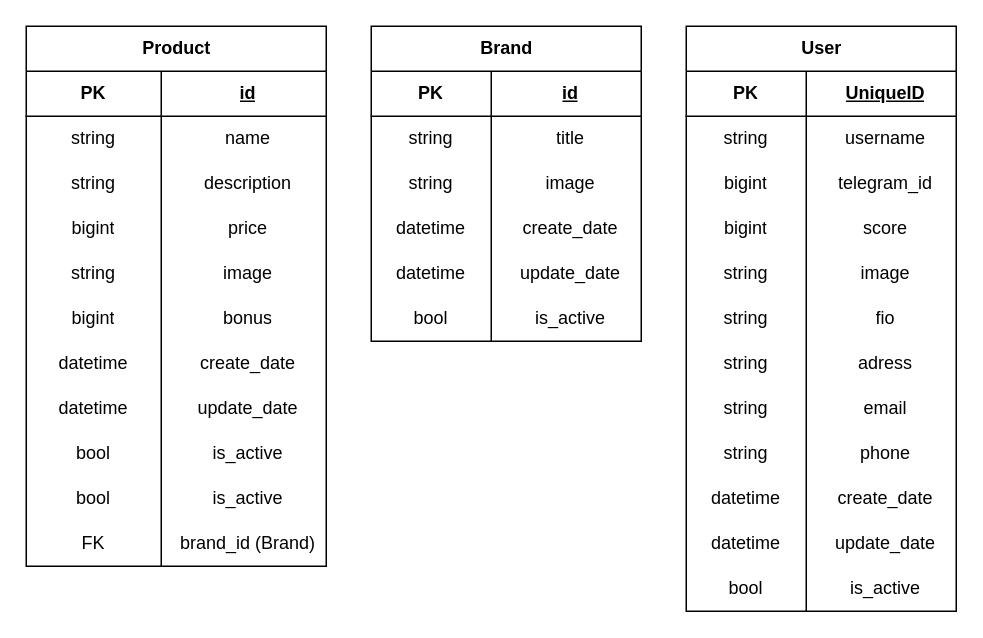
Monksed/React_Shop keeps this draw.io diagram as entity.drawio. Above is the earlier version. Source tidied: cells renumbered, new cells numbered last; positions are measured from the earlier drawing's top-left corner, leaving out a move shared by most shapes. Both pictures are drawn from the tidied source at 150%, with x=0, y=0 at pixel (26, 26).
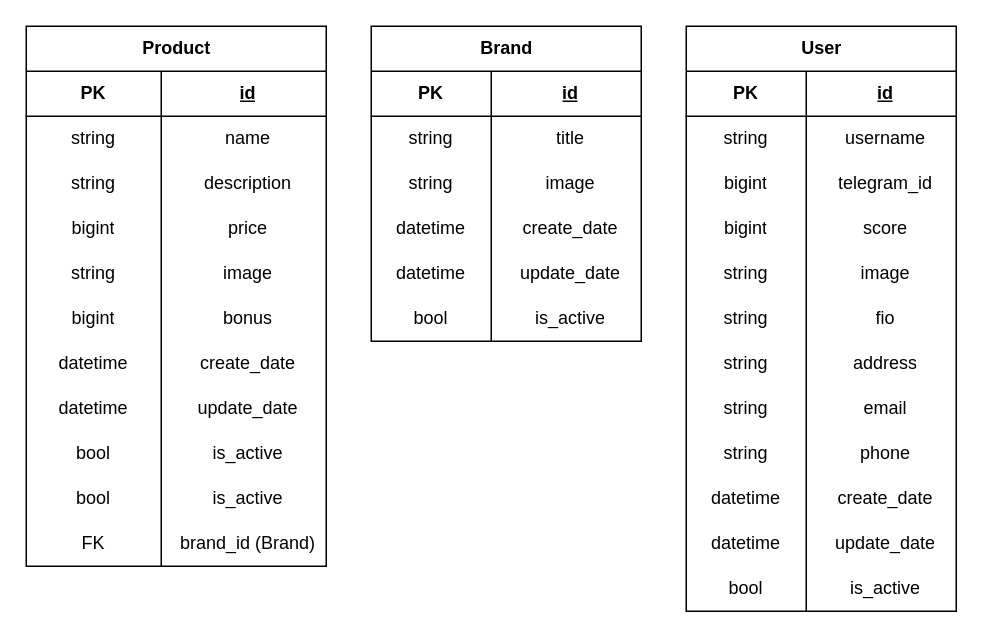
The same page after the edit.

Unchanged cells that the change refers to:
```xml
<mxCell id="56" style="shape=tableRow;horizontal=0;startSize=0;swimlaneHead=0;swimlaneBody=0;fillColor=none;top=0;left=0;right=0;bottom=1;align=center;" parent="55" vertex="1">
  <mxGeometry y="30" width="180" height="30" as="geometry" />
</mxCell>
<mxCell id="74" style="shape=tableRow;horizontal=0;startSize=0;swimlaneHead=0;swimlaneBody=0;fillColor=none;top=0;left=0;right=0;bottom=0;align=center;" parent="55" vertex="1">
  <mxGeometry y="210" width="180" height="30" as="geometry" />
</mxCell>
```

Diff of the diagram source:
```diff
@@
-    <mxCell id="58" value="UniqueID" style="shape=partialRectangle;fillColor=none;top=0;left=0;bottom=0;right=0;align=center;spacingLeft=6;fontStyle=5;overflow=hidden;whiteSpace=wrap;html=1;" parent="56" vertex="1">
+    <mxCell id="58" value="id" style="shape=partialRectangle;fillColor=none;top=0;left=0;bottom=0;right=0;align=center;spacingLeft=6;fontStyle=5;overflow=hidden;whiteSpace=wrap;html=1;" parent="56" vertex="1">
       <mxGeometry x="80" width="100" height="30" as="geometry" />
     </mxCell>
@@
-    <mxCell id="76" value="adress" style="shape=partialRectangle;fillColor=none;top=0;left=0;bottom=0;right=0;align=center;spacingLeft=6;overflow=hidden;whiteSpace=wrap;html=1;" parent="74" vertex="1">
+    <mxCell id="76" value="address" style="shape=partialRectangle;fillColor=none;top=0;left=0;bottom=0;right=0;align=center;spacingLeft=6;overflow=hidden;whiteSpace=wrap;html=1;" parent="74" vertex="1">
       <mxGeometry x="80" width="100" height="30" as="geometry" />
     </mxCell>
```
